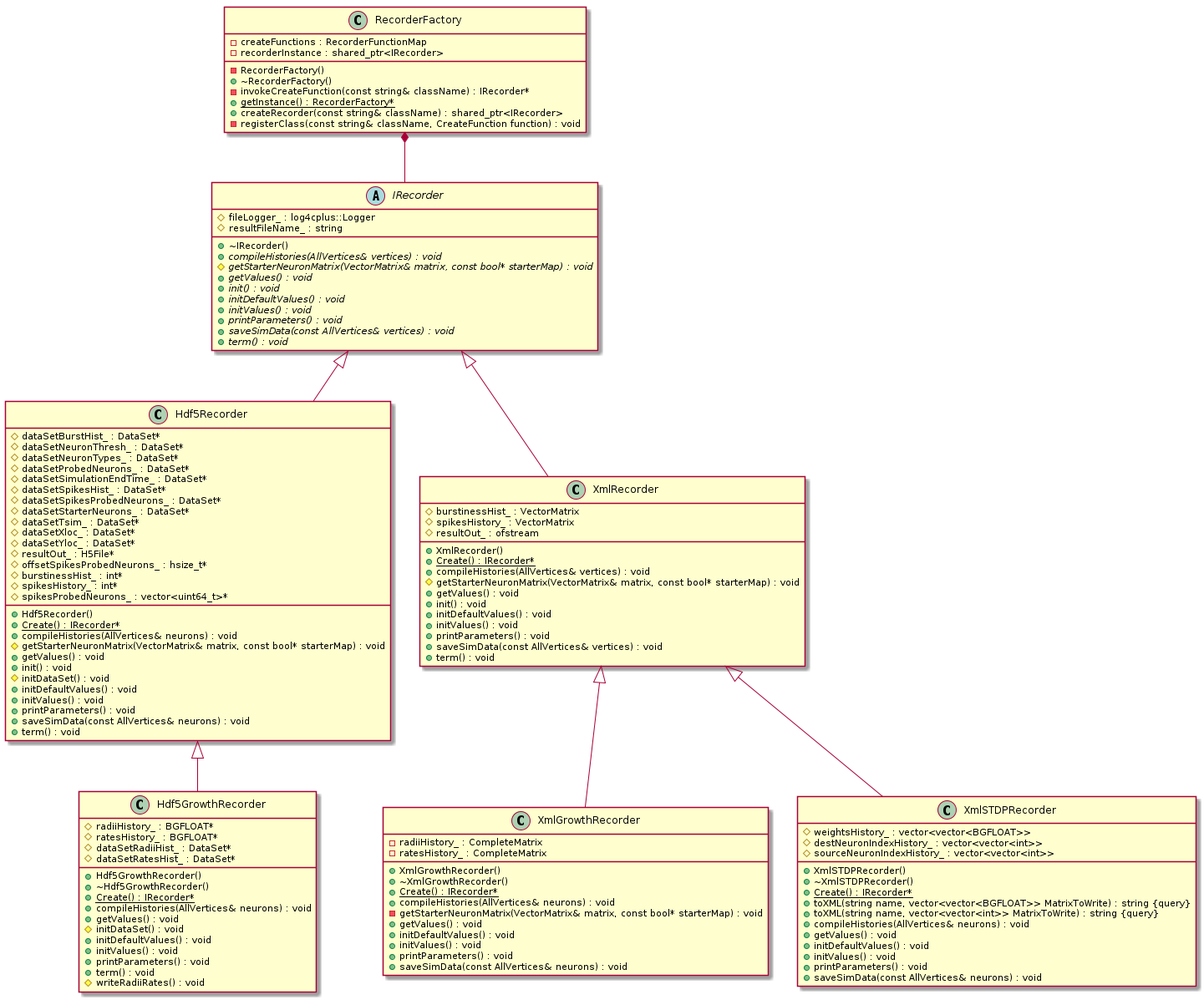
Before: docs/Developer/ClassDiagrams/diagrams/RecorderClassDiagram.png, a diagram exported from PlantUML (UWB-Biocomputing/Graphitti).
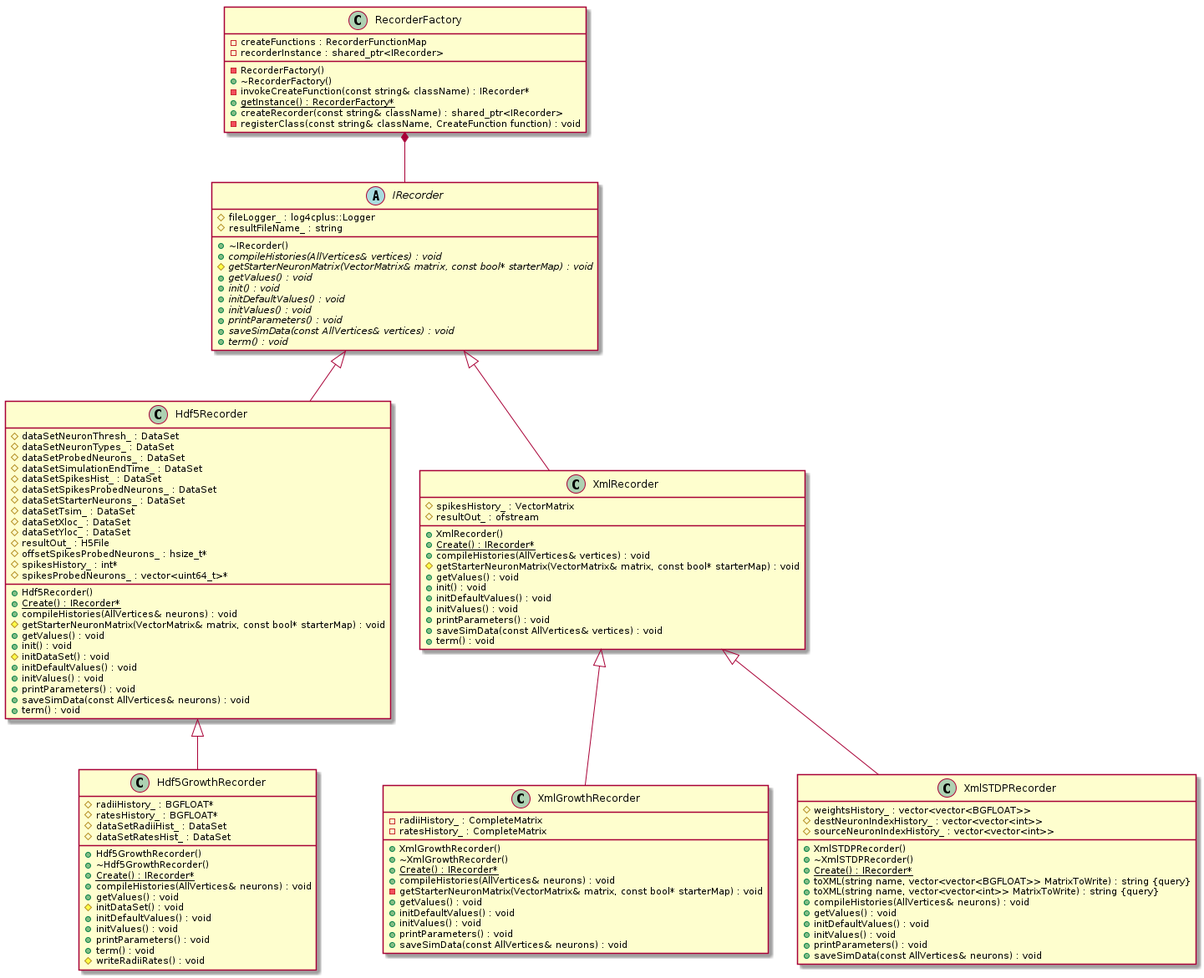
After the change.

What changed in the source:
```diff
@@ -10,8 +10,8 @@
 	+~Hdf5GrowthRecorder()
 	#radiiHistory_ : BGFLOAT*
 	#ratesHistory_ : BGFLOAT*
-	#dataSetRadiiHist_ : DataSet*
-	#dataSetRatesHist_ : DataSet*
+	#dataSetRadiiHist_ : DataSet
+	#dataSetRatesHist_ : DataSet
 	+{static} Create() : IRecorder*
 	+compileHistories(AllVertices& neurons) : void
 	+getValues() : void
@@ -26,21 +26,19 @@
 
 class Hdf5Recorder {
 	+Hdf5Recorder()
-	#dataSetBurstHist_ : DataSet*
-	#dataSetNeuronThresh_ : DataSet*
-	#dataSetNeuronTypes_ : DataSet*
-	#dataSetProbedNeurons_ : DataSet*
-	#dataSetSimulationEndTime_ : DataSet*
-	#dataSetSpikesHist_ : DataSet*
-	#dataSetSpikesProbedNeurons_ : DataSet*
-	#dataSetStarterNeurons_ : DataSet*
-	#dataSetTsim_ : DataSet*
-	#dataSetXloc_ : DataSet*
-	#dataSetYloc_ : DataSet*
-	#resultOut_ : H5File*
+	#dataSetNeuronThresh_ : DataSet
+	#dataSetNeuronTypes_ : DataSet
+	#dataSetProbedNeurons_ : DataSet
+	#dataSetSimulationEndTime_ : DataSet
+	#dataSetSpikesHist_ : DataSet
+	#dataSetSpikesProbedNeurons_ : DataSet
+	#dataSetStarterNeurons_ : DataSet
+	#dataSetTsim_ : DataSet
+	#dataSetXloc_ : DataSet
+	#dataSetYloc_ : DataSet
+	#resultOut_ : H5File
 	+{static} Create() : IRecorder*
 	#offsetSpikesProbedNeurons_ : hsize_t*
-	#burstinessHist_ : int*
 	#spikesHistory_ : int*
 	#spikesProbedNeurons_ : vector<uint64_t>*
 	+compileHistories(AllVertices& neurons) : void
@@ -103,7 +101,6 @@
 class XmlRecorder {
 	+XmlRecorder()
 	+{static} Create() : IRecorder*
-	#burstinessHist_ : VectorMatrix
 	#spikesHistory_ : VectorMatrix
 	#resultOut_ : ofstream
 	+compileHistories(AllVertices& vertices) : void
```
